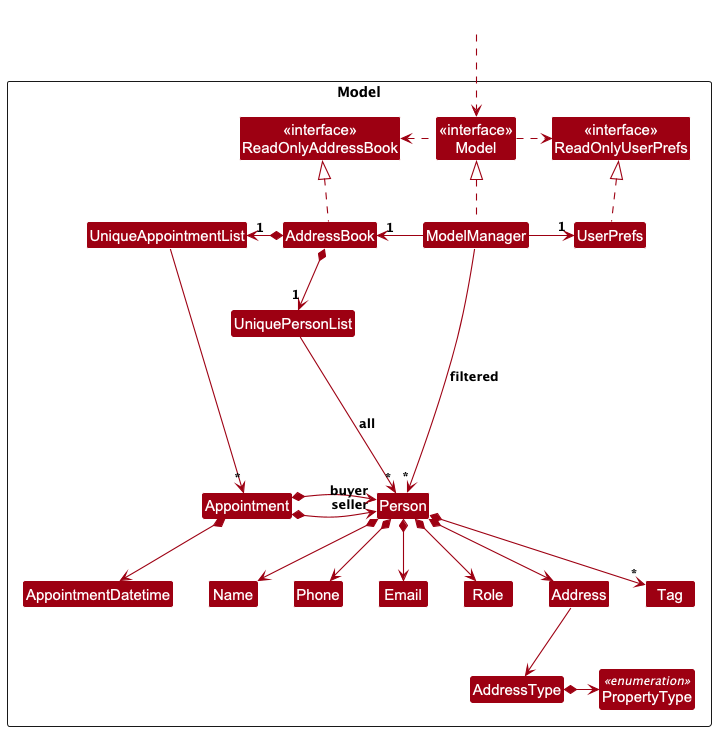
Above: docs/images/ModelClassDiagram.png in ngjsjordan/tp (PlantUML), before the change.
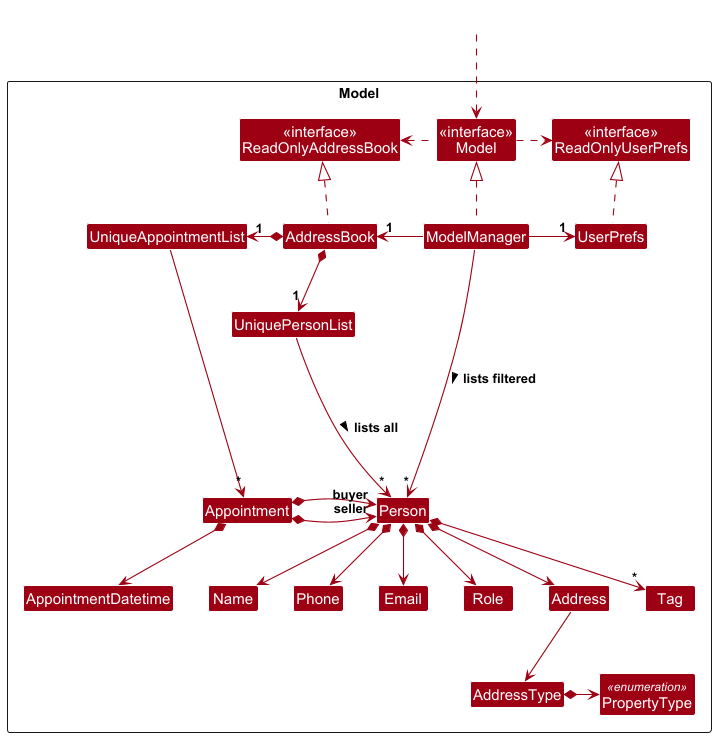
After the change.

Diff of the diagram source:
```diff
@@ -50,7 +50,7 @@
 Appointment *--> "buyer" Person
 
 AddressBook *-down-> "1" UniquePersonList
-UniquePersonList --> "~*" Person : all
+UniquePersonList --> "~*" Person : lists all >
 Person *--> Name
 Person *--> Phone
 Person *--> Role
@@ -69,5 +69,5 @@
 Email -[hidden]right-> Role
 Role -[hidden]right-> Address
 
-ModelManager --> "~*" Person : filtered
+ModelManager --> "~*" Person : lists filtered >
 @enduml
```
